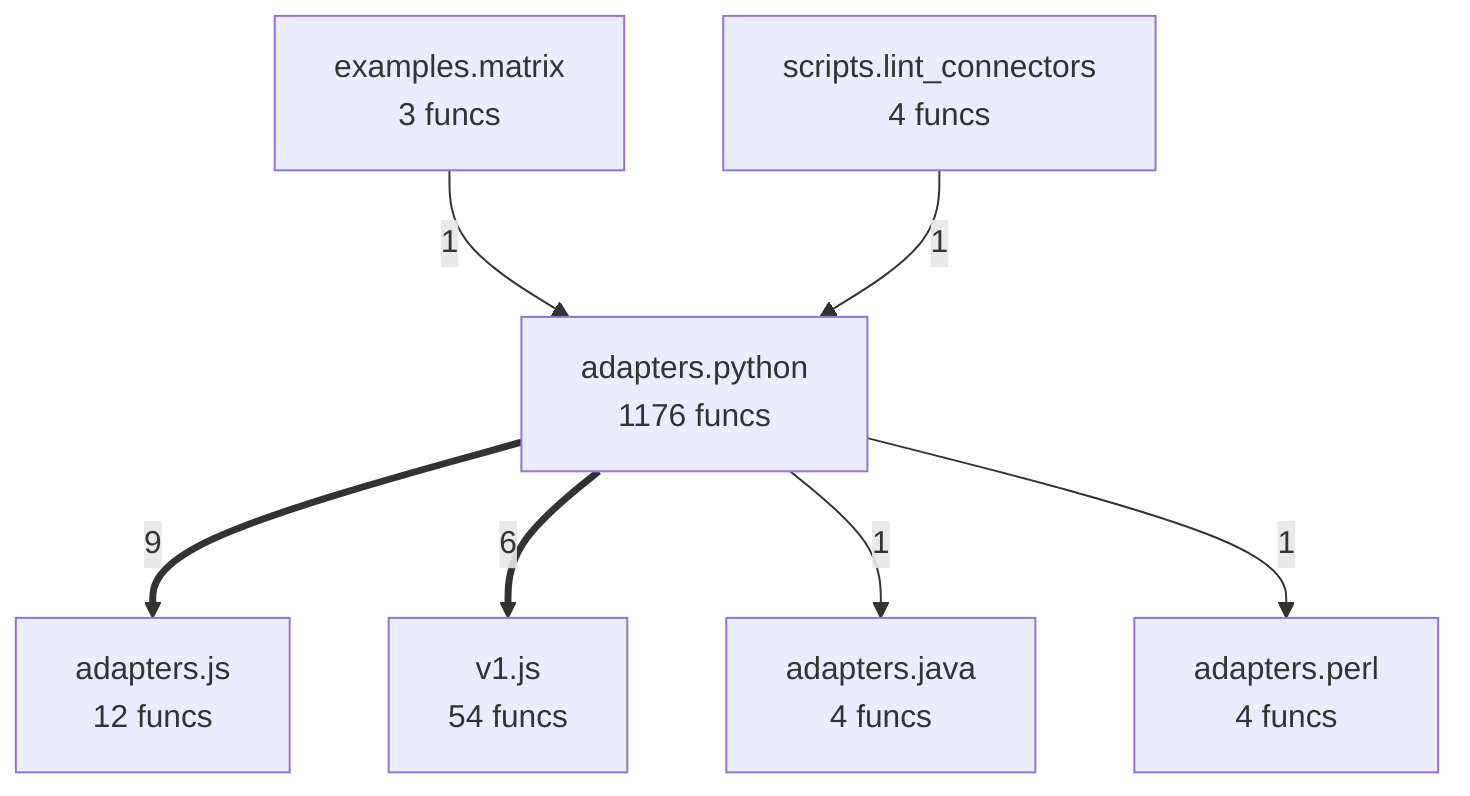
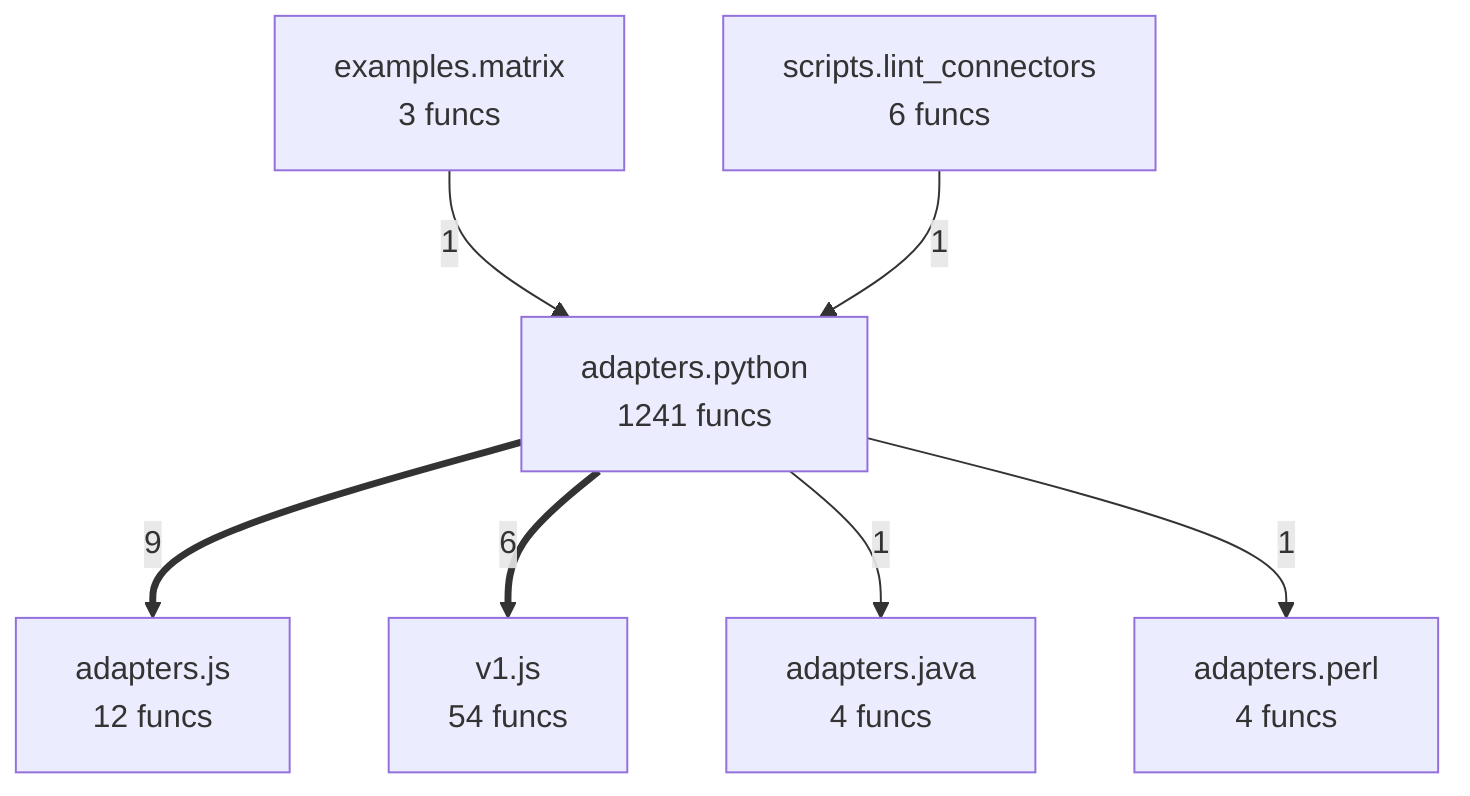
flowchart TD
- %% generated in 0.09s
+ %% generated in 0.04s
    adapters__java["adapters.java<br/>4 funcs"]
    adapters__js["adapters.js<br/>12 funcs"]
    adapters__perl["adapters.perl<br/>4 funcs"]
-     adapters__python["adapters.python<br/>1176 funcs"]
+     adapters__python["adapters.python<br/>1241 funcs"]
    examples__matrix["examples.matrix<br/>3 funcs"]
-     scripts__lint_connectors["scripts.lint_connectors<br/>4 funcs"]
+     scripts__lint_connectors["scripts.lint_connectors<br/>6 funcs"]
    v1__js["v1.js<br/>54 funcs"]
    adapters__python ==>|9| adapters__js
    adapters__python ==>|6| v1__js
    examples__matrix -->|1| adapters__python
    scripts__lint_connectors -->|1| adapters__python
    adapters__python -->|1| adapters__java
    adapters__python -->|1| adapters__perl
